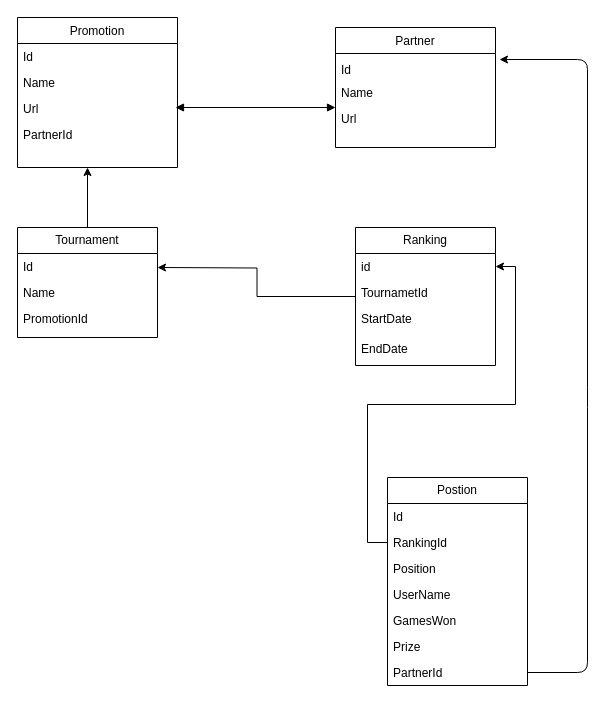
The draw.io diagram UML/Tournaments.drawio in full-stack-bcn/p3-backend-2023, before the edit. Source tidied: cells renumbered, new cells numbered last; positions are measured from the earlier drawing's top-left corner, leaving out a move shared by most shapes. Both pictures are drawn from the tidied source at 100%, with x=0, y=0 at pixel (17, 17).
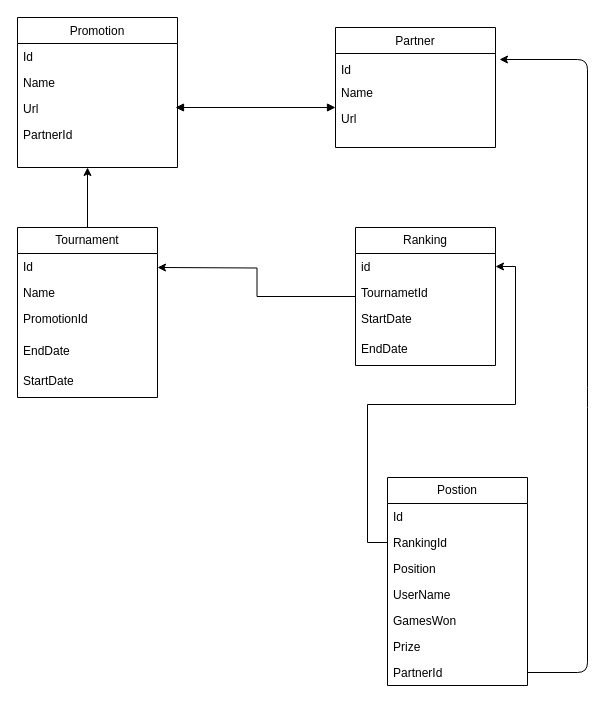
After the change.

Diff of the diagram source:
```diff
@@
     <mxCell id="12" value="Tournament" style="swimlane;fontStyle=0;horizontal=1;startSize=26;fillColor=none;whiteSpace=wrap;html=1;" parent="1" vertex="1">
-      <mxGeometry y="210" width="140" height="110" as="geometry" />
+      <mxGeometry y="210" width="140" height="170" as="geometry" />
     </mxCell>
@@
+    <mxCell id="33" value="EndDate" style="text;strokeColor=none;fillColor=none;align=left;verticalAlign=top;spacingLeft=4;spacingRight=4;overflow=hidden;whiteSpace=wrap;html=1;" parent="12" vertex="1">
+      <mxGeometry y="110" width="140" height="30" as="geometry" />
+    </mxCell>
+    <mxCell id="34" value="StartDate" style="text;strokeColor=none;fillColor=none;align=left;verticalAlign=top;spacingLeft=4;spacingRight=4;overflow=hidden;whiteSpace=wrap;html=1;" parent="12" vertex="1">
+      <mxGeometry y="140" width="140" height="30" as="geometry" />
+    </mxCell>
```
